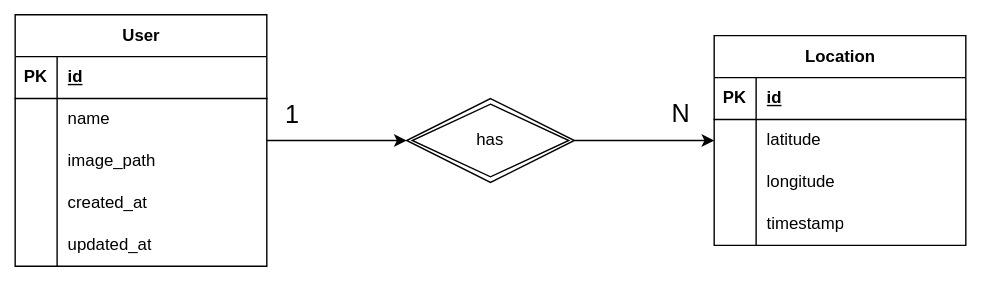
Above: docs/db-schema.drawio.svg in lchristmann/selfhosted-tracker-backend (draw.io), before the change. Source tidied: cells renumbered, new cells last; positions are measured from the earlier drawing's top-left corner, leaving out a move shared by most shapes.
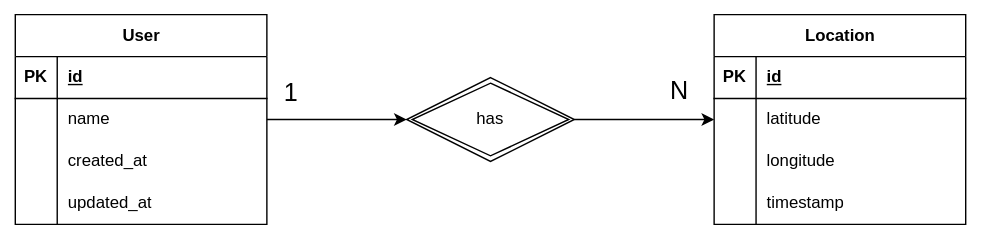
The same diagram one commit later.

The edit, as a diff of the source:
```diff
@@ -6,7 +6,7 @@
       <mxGeometry relative="1" as="geometry" />
     </mxCell>
     <mxCell id="3" value="&lt;span style=&quot;background-color: light-dark(#ffffff, var(--ge-dark-color, #121212));&quot;&gt;User&lt;/span&gt;" style="shape=table;startSize=30;rowLines=0;fontStyle=1;align=center;html=1;strokeColor=default;fillColor=default;labelBackgroundColor=default;" parent="1" vertex="1">
-      <mxGeometry width="180" height="180" as="geometry" />
+      <mxGeometry y="15" width="180" height="150" as="geometry" />
     </mxCell>
     <mxCell id="4" style="shape=tableRow;horizontal=0;startSize=0;swimlaneHead=0;swimlaneBody=0;fillColor=none;top=0;left=0;right=0;bottom=1;" parent="3" vertex="1">
       <mxGeometry y="30" width="180" height="30" as="geometry" />
@@ -26,17 +26,8 @@
     <mxCell id="9" value="name" style="shape=partialRectangle;fillColor=none;top=0;left=0;bottom=0;right=0;align=left;spacingLeft=6;overflow=hidden;whiteSpace=wrap;html=1;" parent="7" vertex="1">
       <mxGeometry x="30" width="150" height="30" as="geometry" />
     </mxCell>
-    <mxCell id="10" style="shape=tableRow;horizontal=0;startSize=0;swimlaneHead=0;swimlaneBody=0;fillColor=none;top=0;left=0;right=0;bottom=0;" parent="3" vertex="1">
-      <mxGeometry y="90" width="180" height="30" as="geometry" />
-    </mxCell>
-    <mxCell id="11" style="shape=partialRectangle;fillColor=none;top=0;left=0;bottom=0;right=0;overflow=hidden;whiteSpace=wrap;html=1;" parent="10" vertex="1">
-      <mxGeometry width="30" height="30" as="geometry" />
-    </mxCell>
-    <mxCell id="12" value="image_path" style="shape=partialRectangle;fillColor=none;top=0;left=0;bottom=0;right=0;align=left;spacingLeft=6;overflow=hidden;whiteSpace=wrap;html=1;" parent="10" vertex="1">
-      <mxGeometry x="30" width="150" height="30" as="geometry" />
-    </mxCell>
     <mxCell id="13" style="shape=tableRow;horizontal=0;startSize=0;swimlaneHead=0;swimlaneBody=0;fillColor=none;top=0;left=0;right=0;bottom=0;" parent="3" vertex="1">
-      <mxGeometry y="120" width="180" height="30" as="geometry" />
+      <mxGeometry y="90" width="180" height="30" as="geometry" />
     </mxCell>
     <mxCell id="14" style="shape=partialRectangle;fillColor=none;top=0;left=0;bottom=0;right=0;overflow=hidden;whiteSpace=wrap;html=1;" parent="13" vertex="1">
       <mxGeometry width="30" height="30" as="geometry" />
@@ -45,7 +36,7 @@
       <mxGeometry x="30" width="150" height="30" as="geometry" />
     </mxCell>
     <mxCell id="16" style="shape=tableRow;horizontal=0;startSize=0;swimlaneHead=0;swimlaneBody=0;fillColor=none;top=0;left=0;right=0;bottom=0;" parent="3" vertex="1">
-      <mxGeometry y="150" width="180" height="30" as="geometry" />
+      <mxGeometry y="120" width="180" height="30" as="geometry" />
     </mxCell>
     <mxCell id="17" style="shape=partialRectangle;fillColor=none;top=0;left=0;bottom=0;right=0;overflow=hidden;whiteSpace=wrap;html=1;" parent="16" vertex="1">
       <mxGeometry width="30" height="30" as="geometry" />
```
